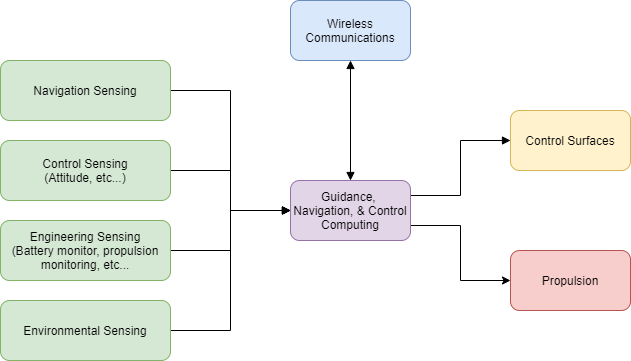
Earlier version of the draw.io export Wiki_Support/Phase 1/Architecture/Phase 1 - Top Level System Architecture.png (kb1lqd/Ping-AUV). Source tidied: cells renumbered, new cells last; positions are measured from the earlier drawing's top-left corner, leaving out a move shared by most shapes. Its diagram source:
```xml
<mxGraphModel>
  <root>
    <mxCell id="0" />
    <mxCell id="1" parent="0" />
    <mxCell id="2" style="edgeStyle=orthogonalEdgeStyle;rounded=0;jettySize=auto;html=1;exitX=0;exitY=0.5;exitDx=0;exitDy=0;entryX=1;entryY=0.5;entryDx=0;entryDy=0;startArrow=block;startFill=1;endArrow=none;endFill=0;" parent="1" edge="1" source="9" target="12">
      <mxGeometry relative="1" as="geometry" />
    </mxCell>
    <mxCell id="3" style="edgeStyle=orthogonalEdgeStyle;rounded=0;jettySize=auto;html=1;exitX=0;exitY=0.5;exitDx=0;exitDy=0;entryX=1;entryY=0.5;entryDx=0;entryDy=0;startArrow=block;startFill=1;endArrow=none;endFill=0;" parent="1" edge="1" source="9" target="11">
      <mxGeometry relative="1" as="geometry" />
    </mxCell>
    <mxCell id="4" style="edgeStyle=orthogonalEdgeStyle;rounded=0;jettySize=auto;html=1;exitX=0;exitY=0.5;exitDx=0;exitDy=0;entryX=1;entryY=0.5;entryDx=0;entryDy=0;startArrow=block;startFill=1;endArrow=none;endFill=0;" parent="1" edge="1" source="9" target="14">
      <mxGeometry relative="1" as="geometry" />
    </mxCell>
    <mxCell id="5" style="edgeStyle=orthogonalEdgeStyle;rounded=0;jettySize=auto;html=1;exitX=0;exitY=0.5;exitDx=0;exitDy=0;entryX=1;entryY=0.5;entryDx=0;entryDy=0;startArrow=block;startFill=1;endArrow=none;endFill=0;" parent="1" edge="1" source="9" target="13">
      <mxGeometry relative="1" as="geometry" />
    </mxCell>
    <mxCell id="6" style="edgeStyle=orthogonalEdgeStyle;rounded=0;jettySize=auto;html=1;exitX=0.5;exitY=0;exitDx=0;exitDy=0;entryX=0.5;entryY=1;entryDx=0;entryDy=0;endArrow=block;endFill=1;startArrow=block;startFill=1;" parent="1" edge="1" source="9" target="10">
      <mxGeometry relative="1" as="geometry" />
    </mxCell>
    <mxCell id="7" style="edgeStyle=orthogonalEdgeStyle;rounded=0;jettySize=auto;html=1;exitX=1;exitY=0.25;exitDx=0;exitDy=0;entryX=0;entryY=0.5;entryDx=0;entryDy=0;endArrow=block;endFill=1;" parent="1" edge="1" source="9" target="16">
      <mxGeometry relative="1" as="geometry" />
    </mxCell>
    <mxCell id="8" style="edgeStyle=orthogonalEdgeStyle;rounded=0;jettySize=auto;html=1;exitX=1;exitY=0.75;exitDx=0;exitDy=0;entryX=0;entryY=0.5;entryDx=0;entryDy=0;" parent="1" edge="1" source="9" target="15">
      <mxGeometry relative="1" as="geometry" />
    </mxCell>
    <mxCell id="9" value="Guidance,&amp;nbsp; Navigation, &amp;amp; Control Computing" style="rounded=1;whiteSpace=wrap;html=1;fillColor=#e1d5e7;strokeColor=#9673a6;" parent="1" vertex="1">
      <mxGeometry x="290" y="180" width="120" height="60" as="geometry" />
    </mxCell>
    <mxCell id="10" value="Wireless Communications" style="rounded=1;whiteSpace=wrap;html=1;fillColor=#dae8fc;strokeColor=#6c8ebf;" parent="1" vertex="1">
      <mxGeometry x="290" width="120" height="60" as="geometry" />
    </mxCell>
    <mxCell id="11" value="Control Sensing&lt;br&gt;(Attitude, etc...)" style="rounded=1;whiteSpace=wrap;html=1;fillColor=#d5e8d4;strokeColor=#82b366;" parent="1" vertex="1">
      <mxGeometry y="140" width="170" height="60" as="geometry" />
    </mxCell>
    <mxCell id="12" value="Navigation Sensing" style="rounded=1;whiteSpace=wrap;html=1;fillColor=#d5e8d4;strokeColor=#82b366;" parent="1" vertex="1">
      <mxGeometry y="60" width="170" height="60" as="geometry" />
    </mxCell>
    <mxCell id="13" value="Environmental Sensing" style="rounded=1;whiteSpace=wrap;html=1;fillColor=#d5e8d4;strokeColor=#82b366;" parent="1" vertex="1">
      <mxGeometry y="300" width="170" height="60" as="geometry" />
    </mxCell>
    <mxCell id="14" value="Engineering Sensing&lt;br&gt;(Battery monitor, propulsion monitoring, etc..." style="rounded=1;whiteSpace=wrap;html=1;fillColor=#d5e8d4;strokeColor=#82b366;" parent="1" vertex="1">
      <mxGeometry y="220" width="170" height="60" as="geometry" />
    </mxCell>
    <mxCell id="15" value="Propulsion" style="rounded=1;whiteSpace=wrap;html=1;fillColor=#f8cecc;strokeColor=#b85450;" parent="1" vertex="1">
      <mxGeometry x="510" y="250" width="120" height="60" as="geometry" />
    </mxCell>
    <mxCell id="16" value="Control Surfaces" style="rounded=1;whiteSpace=wrap;html=1;fillColor=#fff2cc;strokeColor=#d6b656;" parent="1" vertex="1">
      <mxGeometry x="510" y="110" width="120" height="60" as="geometry" />
    </mxCell>
  </root>
</mxGraphModel>
```
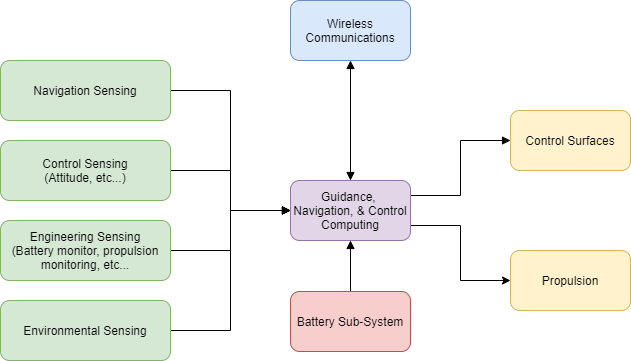
After the change.

Change to the diagram source:
```diff
@@ -41,11 +41,17 @@
     <mxCell id="14" value="Engineering Sensing&lt;br&gt;(Battery monitor, propulsion monitoring, etc..." style="rounded=1;whiteSpace=wrap;html=1;fillColor=#d5e8d4;strokeColor=#82b366;" parent="1" vertex="1">
       <mxGeometry y="220" width="170" height="60" as="geometry" />
     </mxCell>
-    <mxCell id="15" value="Propulsion" style="rounded=1;whiteSpace=wrap;html=1;fillColor=#f8cecc;strokeColor=#b85450;" parent="1" vertex="1">
+    <mxCell id="15" value="Propulsion" style="rounded=1;whiteSpace=wrap;html=1;fillColor=#fff2cc;strokeColor=#d6b656;" parent="1" vertex="1">
       <mxGeometry x="510" y="250" width="120" height="60" as="geometry" />
     </mxCell>
     <mxCell id="16" value="Control Surfaces" style="rounded=1;whiteSpace=wrap;html=1;fillColor=#fff2cc;strokeColor=#d6b656;" parent="1" vertex="1">
       <mxGeometry x="510" y="110" width="120" height="60" as="geometry" />
     </mxCell>
+    <mxCell id="17" style="edgeStyle=orthogonalEdgeStyle;rounded=0;jettySize=auto;html=1;exitX=0.5;exitY=0;exitDx=0;exitDy=0;entryX=0.5;entryY=1;entryDx=0;entryDy=0;startArrow=none;startFill=0;endArrow=block;endFill=1;" parent="1" edge="1" source="18" target="9">
+      <mxGeometry relative="1" as="geometry" />
+    </mxCell>
+    <mxCell id="18" value="Battery Sub-System" style="rounded=1;whiteSpace=wrap;html=1;fillColor=#f8cecc;strokeColor=#b85450;" parent="1" vertex="1">
+      <mxGeometry x="290" y="291" width="120" height="60" as="geometry" />
+    </mxCell>
   </root>
 </mxGraphModel>
```
